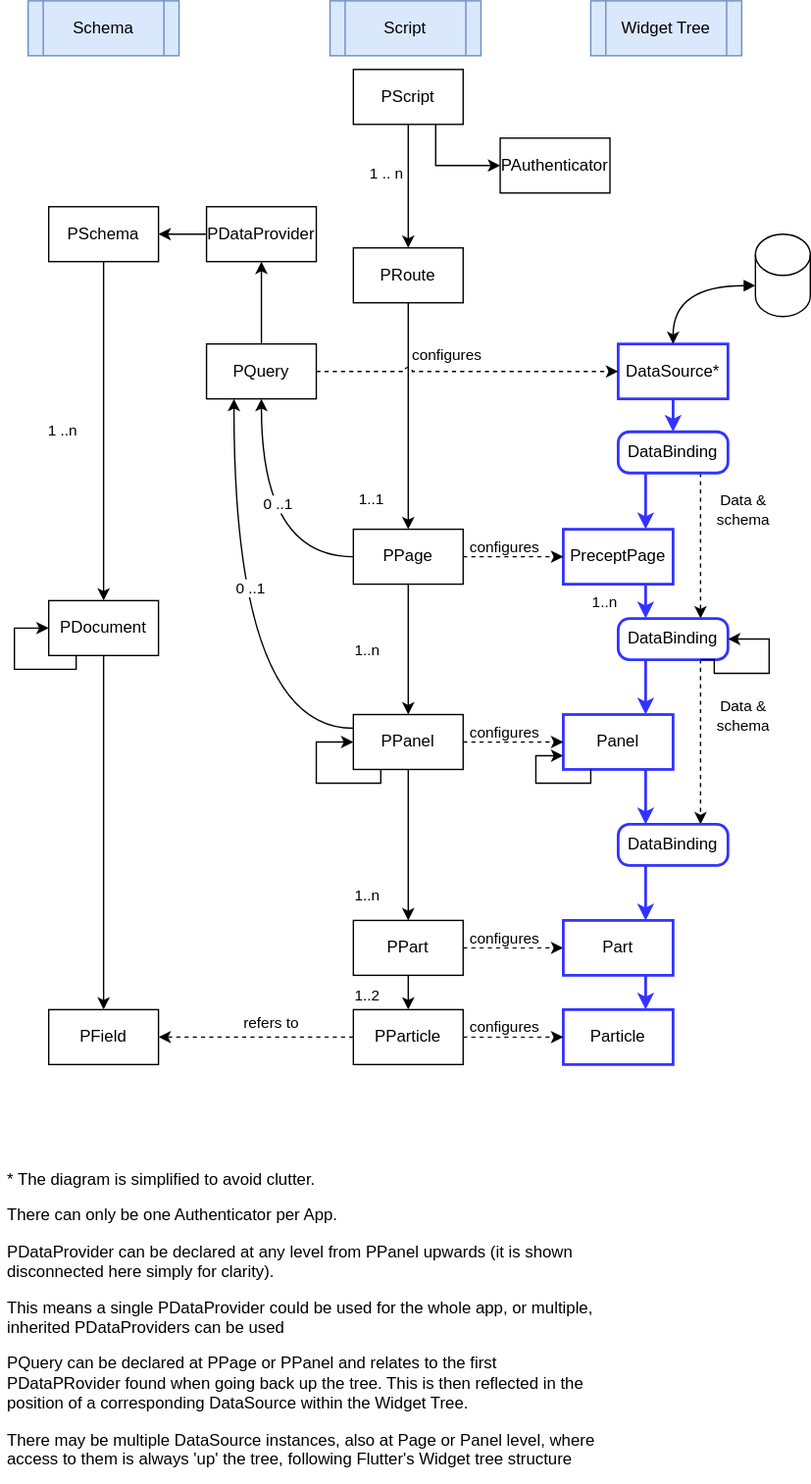
davidsowerby/takkan keeps this draw.io diagram as docs/images/precept-overview.svg. Above is the earlier version. Source tidied: cells renumbered, new cells last; positions are measured from the earlier drawing's top-left corner, leaving out a move shared by most shapes.
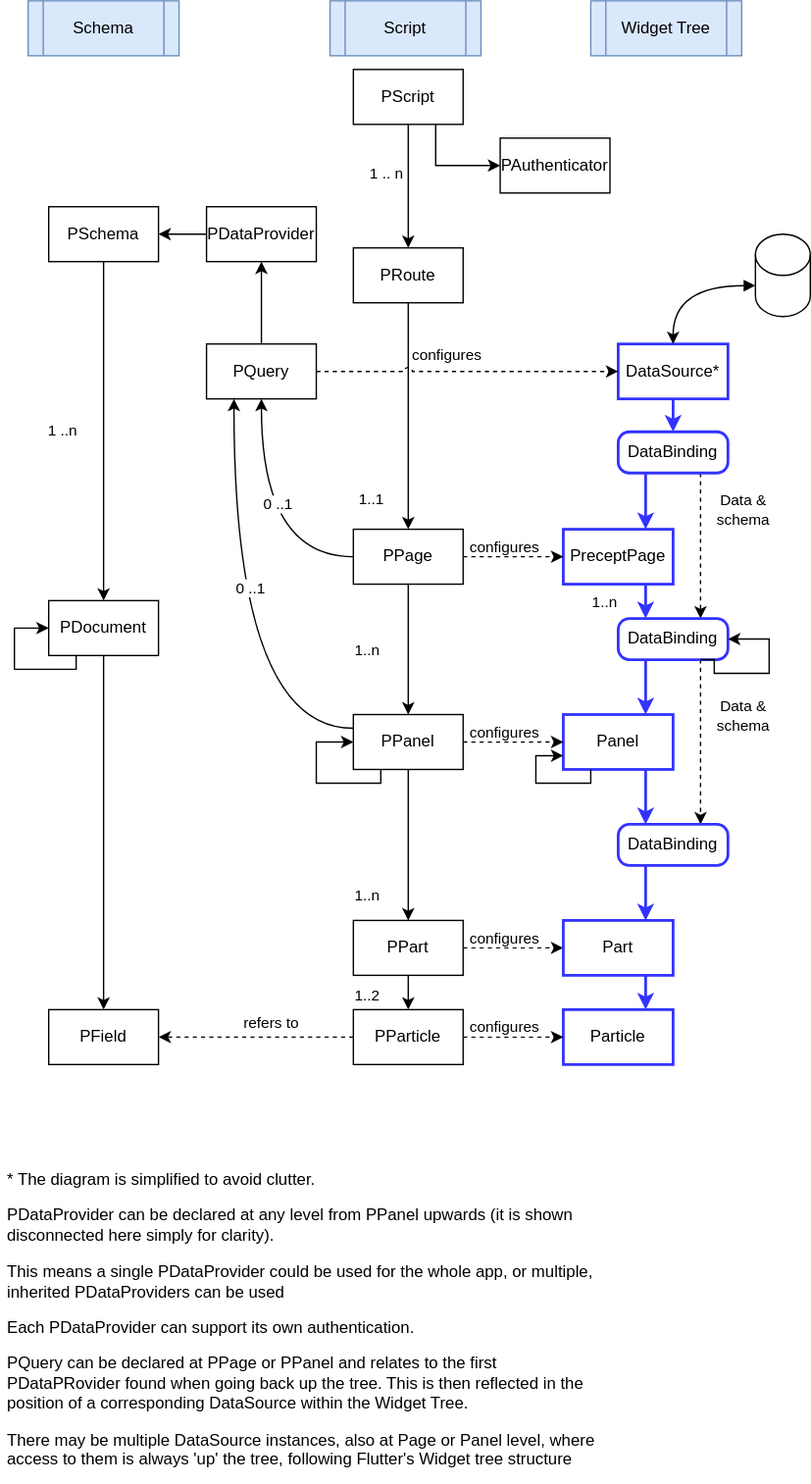
The same diagram one commit later.

Diff of the diagram source:
```diff
@@ -149,7 +149,7 @@
         <mxPoint x="7.5" y="-14" as="offset" />
       </mxGeometry>
     </mxCell>
-    <mxCell id="43" value="&lt;p&gt;* The diagram is simplified to avoid clutter.&amp;nbsp; &lt;br&gt;&lt;/p&gt;&lt;p&gt;There can only be one Authenticator per App.&lt;/p&gt;&lt;p&gt;PDataProvider can be declared at any level from PPanel upwards (it is shown disconnected here simply for clarity).&amp;nbsp;&lt;/p&gt;&lt;p&gt;This means a single PDataProvider could be used for the whole app, or multiple, inherited PDataProviders can be used&lt;/p&gt;&lt;p&gt;&lt;span&gt;PQuery can be declared at PPage or PPanel and relates to the first PDataPRovider found when going back up the tree. This is then reflected in the position of a corresponding DataSource within the Widget Tree.&lt;/span&gt;&lt;br&gt;&lt;/p&gt;&lt;p&gt;&lt;span&gt;There may be multiple DataSource instances, also at Page or Panel level, where access to them is always 'up' the tree, following Flutter's Widget tree structure&lt;/span&gt;&lt;/p&gt;" style="text;html=1;strokeColor=none;fillColor=none;spacing=5;spacingTop=-20;whiteSpace=wrap;overflow=hidden;rounded=0;" parent="1" vertex="1">
+    <mxCell id="43" value="&lt;p&gt;* The diagram is simplified to avoid clutter.&amp;nbsp; &lt;br&gt;&lt;/p&gt;&lt;p&gt;&lt;span&gt;PDataProvider can be declared at any level from PPanel upwards (it is shown disconnected here simply for clarity).&amp;nbsp;&lt;/span&gt;&lt;br&gt;&lt;/p&gt;&lt;p&gt;This means a single PDataProvider could be used for the whole app, or multiple, inherited PDataProviders can be used&lt;/p&gt;&lt;p&gt;Each PDataProvider can support its own authentication.&lt;/p&gt;&lt;p&gt;&lt;span&gt;PQuery can be declared at PPage or PPanel and relates to the first PDataPRovider found when going back up the tree. This is then reflected in the position of a corresponding DataSource within the Widget Tree.&lt;/span&gt;&lt;br&gt;&lt;/p&gt;&lt;p&gt;&lt;span&gt;There may be multiple DataSource instances, also at Page or Panel level, where access to them is always 'up' the tree, following Flutter's Widget tree structure&lt;/span&gt;&lt;/p&gt;" style="text;html=1;strokeColor=none;fillColor=none;spacing=5;spacingTop=-20;whiteSpace=wrap;overflow=hidden;rounded=0;" parent="1" vertex="1">
       <mxGeometry y="850" width="450" height="230" as="geometry" />
     </mxCell>
     <mxCell id="44" style="edgeStyle=orthogonalEdgeStyle;curved=1;rounded=0;jettySize=auto;html=1;strokeWidth=1;startArrow=block;startFill=1;exitX=0;exitY=0;exitDx=0;exitDy=37.5;exitPerimeter=0;" parent="1" edge="1" source="45" target="38">
```
